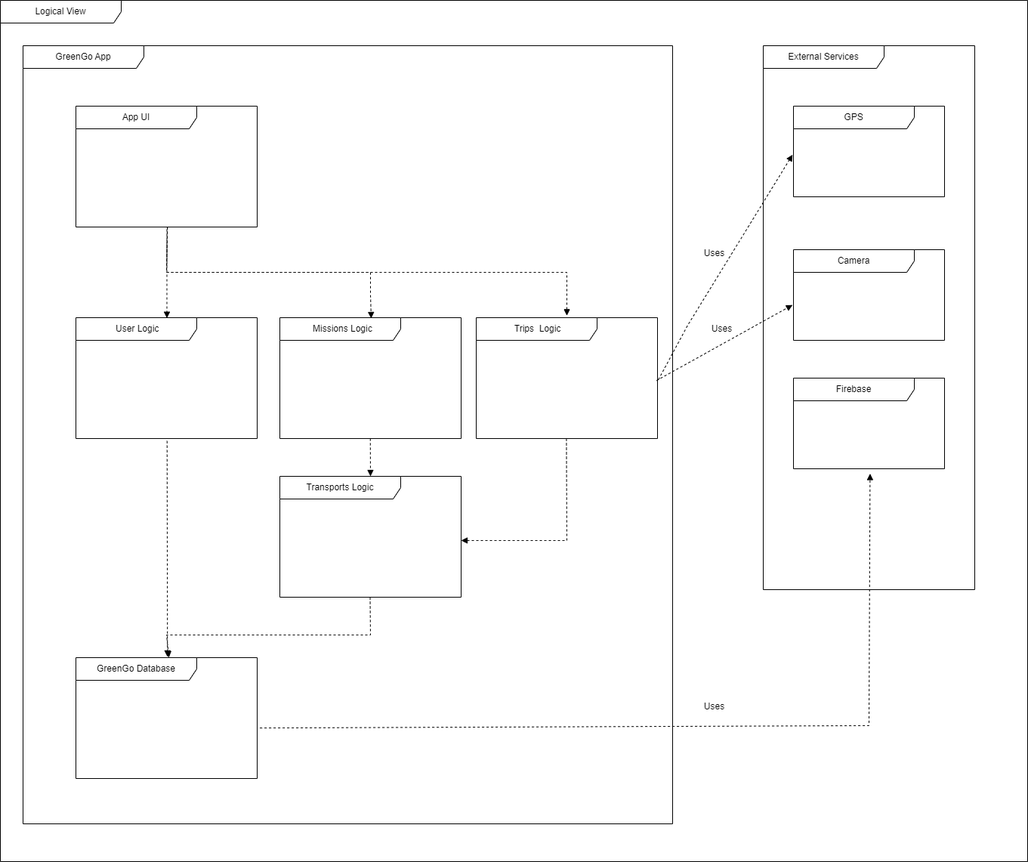
Earlier version of the draw.io export docs/images/uml/packageDiagram.png (LTheGreatest/ESOF_Project-Green_go). Source tidied: cells renumbered, new cells last; positions are measured from the earlier drawing's top-left corner, leaving out a move shared by most shapes.
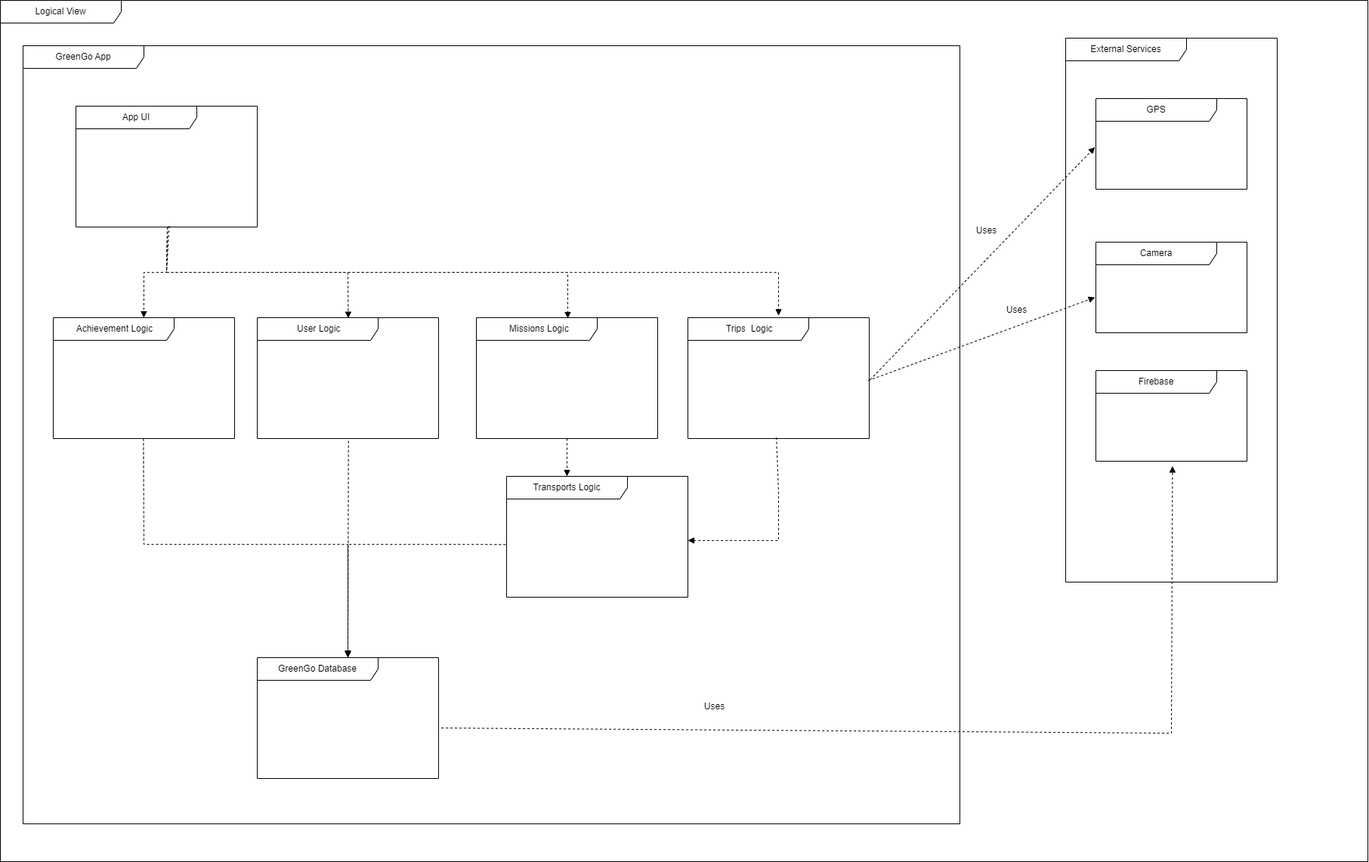
After the change.

Commit message:
Updated Package Diagramo

Change to the diagram source:
```diff
@@ -3,78 +3,108 @@
     <mxCell id="0" />
     <mxCell id="1" parent="0" />
     <mxCell id="2" value="Logical View" style="shape=umlFrame;whiteSpace=wrap;html=1;width=160;" parent="1" vertex="1">
-      <mxGeometry width="1360" height="1140" as="geometry" />
+      <mxGeometry width="1810" height="1140" as="geometry" />
     </mxCell>
     <mxCell id="3" value="GreenGo App" style="shape=umlFrame;whiteSpace=wrap;html=1;width=160;" parent="2" vertex="1">
-      <mxGeometry x="30" y="60" width="860" height="1030" as="geometry" />
+      <mxGeometry x="30" y="60" width="1240" height="1030" as="geometry" />
     </mxCell>
     <mxCell id="4" value="App UI" style="shape=umlFrame;whiteSpace=wrap;html=1;width=160;" parent="3" vertex="1">
       <mxGeometry x="70" y="80" width="240" height="160" as="geometry" />
     </mxCell>
     <mxCell id="5" value="&amp;nbsp;User Logic" style="shape=umlFrame;whiteSpace=wrap;html=1;width=160;" parent="3" vertex="1">
-      <mxGeometry x="70" y="360" width="240" height="160" as="geometry" />
+      <mxGeometry x="310" y="360" width="240" height="160" as="geometry" />
     </mxCell>
-    <mxCell id="6" style="html=1;verticalAlign=bottom;labelBackgroundColor=none;endArrow=block;endFill=1;dashed=1;rounded=0;entryX=0.502;entryY=0.004;entryDx=0;entryDy=0;entryPerimeter=0;exitX=0.502;exitY=1.019;exitDx=0;exitDy=0;exitPerimeter=0;" parent="3" edge="1" source="4" target="5">
-      <mxGeometry relative="1" as="geometry" />
+    <mxCell id="6" style="html=1;verticalAlign=bottom;labelBackgroundColor=none;endArrow=block;endFill=1;dashed=1;rounded=0;entryX=0.502;entryY=0.004;entryDx=0;entryDy=0;entryPerimeter=0;" parent="3" edge="1" target="5">
+      <mxGeometry relative="1" as="geometry">
+        <mxPoint x="310" y="300" as="sourcePoint" />
+        <Array as="points">
+          <mxPoint x="430" y="300" />
+        </Array>
+      </mxGeometry>
     </mxCell>
     <mxCell id="7" value="Transports Logic" style="shape=umlFrame;whiteSpace=wrap;html=1;width=160;" parent="3" vertex="1">
-      <mxGeometry x="340" y="570" width="240" height="160" as="geometry" />
+      <mxGeometry x="640" y="570" width="240" height="160" as="geometry" />
     </mxCell>
-    <mxCell id="8" style="html=1;verticalAlign=bottom;labelBackgroundColor=none;endArrow=block;endFill=1;dashed=1;rounded=0;exitX=0.502;exitY=1.019;exitDx=0;exitDy=0;exitPerimeter=0;" parent="3" edge="1">
-      <mxGeometry relative="1" as="geometry">
-        <mxPoint x="459.8" y="520" as="sourcePoint" />
-        <mxPoint x="460" y="570" as="targetPoint" />
-      </mxGeometry>
-    </mxCell>
     <mxCell id="9" value="GreenGo Database" style="shape=umlFrame;whiteSpace=wrap;html=1;width=160;" parent="3" vertex="1">
-      <mxGeometry x="70" y="810" width="240" height="160" as="geometry" />
+      <mxGeometry x="310" y="810" width="240" height="160" as="geometry" />
     </mxCell>
-    <mxCell id="10" style="html=1;verticalAlign=bottom;labelBackgroundColor=none;endArrow=block;endFill=1;dashed=1;rounded=0;entryX=0.505;entryY=-0.007;entryDx=0;entryDy=0;entryPerimeter=0;exitX=0.503;exitY=1.02;exitDx=0;exitDy=0;exitPerimeter=0;" parent="3" edge="1" source="5" target="9">
-      <mxGeometry relative="1" as="geometry" />
+    <mxCell id="10" style="html=1;verticalAlign=bottom;labelBackgroundColor=none;endArrow=block;endFill=1;dashed=1;rounded=0;exitX=0.503;exitY=1.02;exitDx=0;exitDy=0;exitPerimeter=0;" parent="3" edge="1" source="5">
+      <mxGeometry relative="1" as="geometry">
+        <mxPoint x="430" y="809" as="targetPoint" />
+      </mxGeometry>
     </mxCell>
     <mxCell id="11" style="html=1;verticalAlign=bottom;labelBackgroundColor=none;endArrow=block;endFill=1;dashed=1;rounded=0;entryX=0.504;entryY=0.006;entryDx=0;entryDy=0;entryPerimeter=0;exitX=0.505;exitY=1.001;exitDx=0;exitDy=0;exitPerimeter=0;" parent="3" edge="1" source="4" target="12">
       <mxGeometry relative="1" as="geometry">
         <Array as="points">
           <mxPoint x="190" y="300" />
-          <mxPoint x="460" y="300" />
-          <mxPoint x="460" y="330" />
+          <mxPoint x="591" y="300" />
+          <mxPoint x="721" y="300" />
         </Array>
       </mxGeometry>
     </mxCell>
     <mxCell id="12" value="&amp;nbsp; Missions Logic" style="shape=umlFrame;whiteSpace=wrap;html=1;width=160;" parent="3" vertex="1">
-      <mxGeometry x="340" y="360" width="240" height="160" as="geometry" />
+      <mxGeometry x="600" y="360" width="240" height="160" as="geometry" />
     </mxCell>
+    <mxCell id="27" style="html=1;verticalAlign=bottom;labelBackgroundColor=none;endArrow=block;endFill=1;dashed=1;rounded=0;entryX=0.502;entryY=0.004;entryDx=0;entryDy=0;entryPerimeter=0;" parent="12" edge="1" source="12">
+      <mxGeometry relative="1" as="geometry">
+        <mxPoint x="120" y="210" as="targetPoint" />
+      </mxGeometry>
+    </mxCell>
-    <mxCell id="13" style="html=1;verticalAlign=bottom;labelBackgroundColor=none;endArrow=block;endFill=1;dashed=1;rounded=0;exitX=0.502;exitY=1.019;exitDx=0;exitDy=0;exitPerimeter=0;entryX=0.513;entryY=0;entryDx=0;entryDy=0;entryPerimeter=0;" parent="3" edge="1" target="9">
+    <mxCell id="13" style="html=1;verticalAlign=bottom;labelBackgroundColor=none;endArrow=block;endFill=1;dashed=1;rounded=0;exitX=-0.005;exitY=0.565;exitDx=0;exitDy=0;exitPerimeter=0;" parent="3" edge="1" source="7">
       <mxGeometry relative="1" as="geometry">
-        <mxPoint x="459.5" y="730" as="sourcePoint" />
+        <mxPoint x="430" y="810" as="targetPoint" />
         <Array as="points">
-          <mxPoint x="460" y="780" />
-          <mxPoint x="190" y="780" />
+          <mxPoint x="590" y="660" />
+          <mxPoint x="530" y="660" />
+          <mxPoint x="430" y="660" />
         </Array>
       </mxGeometry>
     </mxCell>
     <mxCell id="14" value="&amp;nbsp;Trips&amp;nbsp; Logic" style="shape=umlFrame;whiteSpace=wrap;html=1;width=160;" parent="3" vertex="1">
-      <mxGeometry x="600" y="360" width="240" height="160" as="geometry" />
+      <mxGeometry x="880" y="360" width="240" height="160" as="geometry" />
     </mxCell>
     <mxCell id="15" style="html=1;verticalAlign=bottom;labelBackgroundColor=none;endArrow=block;endFill=1;dashed=1;rounded=0;entryX=0.5;entryY=-0.017;entryDx=0;entryDy=0;entryPerimeter=0;exitX=0.505;exitY=1.001;exitDx=0;exitDy=0;exitPerimeter=0;" parent="3" edge="1" target="14">
       <mxGeometry relative="1" as="geometry">
         <mxPoint x="191" y="240" as="sourcePoint" />
         <Array as="points">
           <mxPoint x="190" y="300" />
-          <mxPoint x="720" y="300" />
+          <mxPoint x="860" y="300" />
+          <mxPoint x="1000" y="300" />
         </Array>
       </mxGeometry>
     </mxCell>
-    <mxCell id="16" style="html=1;verticalAlign=bottom;labelBackgroundColor=none;endArrow=block;endFill=1;dashed=1;rounded=0;exitX=0.502;exitY=1.019;exitDx=0;exitDy=0;exitPerimeter=0;entryX=1;entryY=0.531;entryDx=0;entryDy=0;entryPerimeter=0;" parent="3" edge="1" target="7">
+    <mxCell id="16" style="html=1;verticalAlign=bottom;labelBackgroundColor=none;endArrow=block;endFill=1;dashed=1;rounded=0;exitX=0.488;exitY=0.99;exitDx=0;exitDy=0;exitPerimeter=0;entryX=1;entryY=0.531;entryDx=0;entryDy=0;entryPerimeter=0;" parent="3" edge="1" source="14" target="7">
       <mxGeometry relative="1" as="geometry">
-        <mxPoint x="719.4" y="520" as="sourcePoint" />
         <Array as="points">
-          <mxPoint x="720" y="655" />
+          <mxPoint x="1000" y="590" />
+          <mxPoint x="1000" y="655" />
         </Array>
       </mxGeometry>
     </mxCell>
+    <mxCell id="28" value="&amp;nbsp;Achievement Logic" style="shape=umlFrame;whiteSpace=wrap;html=1;width=160;" parent="3" vertex="1">
+      <mxGeometry x="40" y="360" width="240" height="160" as="geometry" />
+    </mxCell>
+    <mxCell id="29" style="html=1;verticalAlign=bottom;labelBackgroundColor=none;endArrow=block;endFill=1;dashed=1;rounded=0;entryX=0.502;entryY=0.004;entryDx=0;entryDy=0;entryPerimeter=0;exitX=0.514;exitY=0.992;exitDx=0;exitDy=0;exitPerimeter=0;" parent="3" edge="1" source="4">
+      <mxGeometry relative="1" as="geometry">
+        <mxPoint x="159.8" y="360" as="targetPoint" />
+        <Array as="points">
+          <mxPoint x="190" y="300" />
+          <mxPoint x="160" y="300" />
+        </Array>
+      </mxGeometry>
+    </mxCell>
+    <mxCell id="30" style="html=1;verticalAlign=bottom;labelBackgroundColor=none;endArrow=block;endFill=1;dashed=1;rounded=0;exitX=0.503;exitY=1.02;exitDx=0;exitDy=0;exitPerimeter=0;" parent="3" edge="1">
+      <mxGeometry relative="1" as="geometry">
+        <mxPoint x="159.4" y="520" as="sourcePoint" />
+        <mxPoint x="430" y="810" as="targetPoint" />
+        <Array as="points">
+          <mxPoint x="160" y="660" />
+          <mxPoint x="430" y="660" />
+        </Array>
+      </mxGeometry>
+    </mxCell>
     <mxCell id="17" value="External Services" style="shape=umlFrame;whiteSpace=wrap;html=1;width=160;" parent="2" vertex="1">
-      <mxGeometry x="1010" y="60" width="280" height="720" as="geometry" />
+      <mxGeometry x="1410" y="50" width="280" height="720" as="geometry" />
     </mxCell>
     <mxCell id="18" value="GPS" style="shape=umlFrame;whiteSpace=wrap;html=1;width=160;" parent="17" vertex="1">
       <mxGeometry x="40" y="80" width="200" height="120" as="geometry" />
@@ -88,7 +118,7 @@
     <mxCell id="21" style="html=1;verticalAlign=bottom;labelBackgroundColor=none;endArrow=block;endFill=1;dashed=1;rounded=0;exitX=1.015;exitY=0.582;exitDx=0;exitDy=0;exitPerimeter=0;entryX=0.507;entryY=1.054;entryDx=0;entryDy=0;entryPerimeter=0;" parent="2" edge="1" source="9" target="20">
       <mxGeometry relative="1" as="geometry">
         <Array as="points">
-          <mxPoint x="1150" y="960" />
+          <mxPoint x="1550" y="970" />
         </Array>
       </mxGeometry>
     </mxCell>
@@ -96,20 +126,19 @@
       <mxGeometry relative="1" as="geometry" />
     </mxCell>
     <mxCell id="23" style="html=1;verticalAlign=bottom;labelBackgroundColor=none;endArrow=block;endFill=1;dashed=1;rounded=0;exitX=1.005;exitY=0.513;exitDx=0;exitDy=0;exitPerimeter=0;entryX=-0.006;entryY=0.536;entryDx=0;entryDy=0;entryPerimeter=0;" parent="2" edge="1" source="14" target="18">
-      <mxGeometry relative="1" as="geometry">
-        <Array as="points">
-          <mxPoint x="910" y="430" />
-        </Array>
-      </mxGeometry>
+      <mxGeometry relative="1" as="geometry" />
     </mxCell>
     <mxCell id="24" value="Uses" style="text;html=1;align=center;verticalAlign=middle;strokeColor=none;fillColor=none;" parent="2" vertex="1">
       <mxGeometry x="920" y="920" width="50" height="30" as="geometry" />
     </mxCell>
     <mxCell id="25" value="Uses" style="text;html=1;align=center;verticalAlign=middle;strokeColor=none;fillColor=none;" parent="2" vertex="1">
-      <mxGeometry x="930" y="420" width="50" height="30" as="geometry" />
+      <mxGeometry x="1320" y="395" width="50" height="30" as="geometry" />
     </mxCell>
     <mxCell id="26" value="Uses" style="text;html=1;align=center;verticalAlign=middle;strokeColor=none;fillColor=none;" parent="2" vertex="1">
-      <mxGeometry x="920" y="320" width="50" height="30" as="geometry" />
+      <mxGeometry x="1280" y="290" width="50" height="30" as="geometry" />
     </mxCell>
+    <mxCell id="31" value="&lt;div&gt;&lt;br&gt;&lt;/div&gt;&lt;div&gt;&lt;br&gt;&lt;/div&gt;" style="text;html=1;align=center;verticalAlign=middle;strokeColor=none;fillColor=none;" parent="1" vertex="1">
+      <mxGeometry x="1150" y="553" width="20" height="40" as="geometry" />
+    </mxCell>
   </root>
 </mxGraphModel>
```
